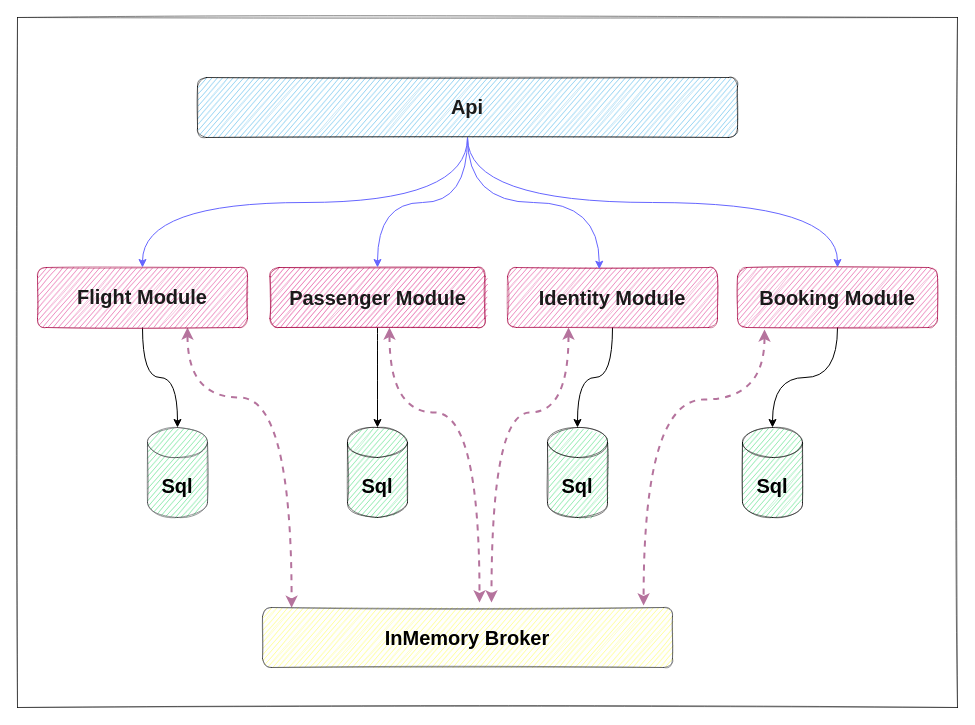
Earlier version of the draw.io diagram assets/modular-monolith-diagram.drawio (meysamhadeli/booking-modular-monolith). Source tidied: cells renumbered, new cells numbered last; positions are measured from the earlier drawing's top-left corner, leaving out a move shared by most shapes. Both pictures are drawn from the tidied source at 100%, with x=0, y=0 at pixel (17, 17).
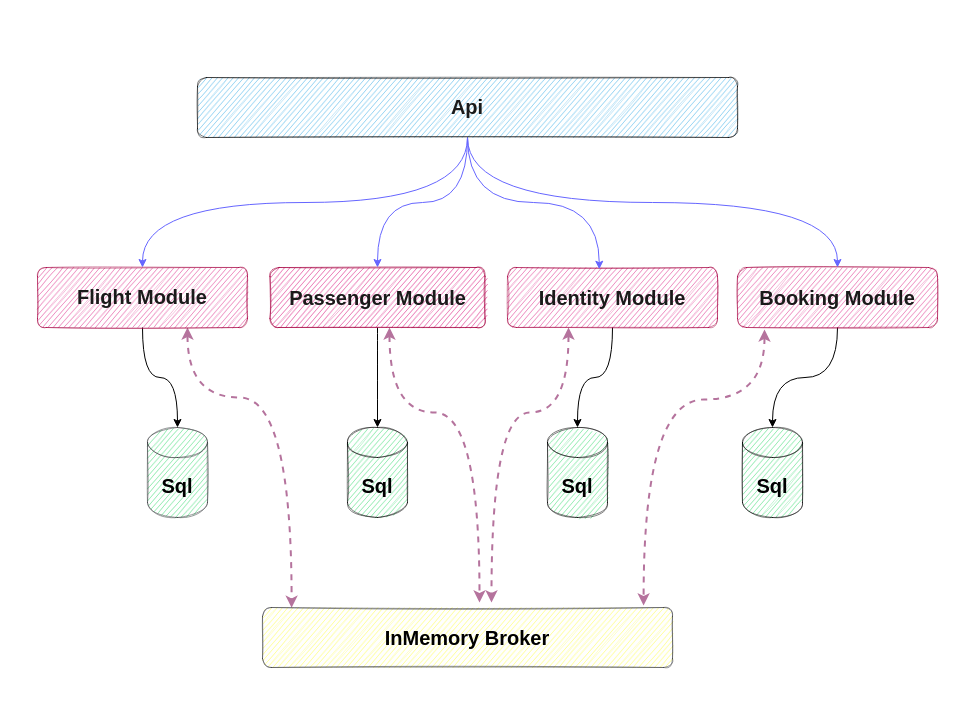
The same page after the edit.

Diff of the diagram source:
```diff
@@
-    <mxCell id="2" style="rounded=0;whiteSpace=wrap;html=1;shadow=0;glass=0;labelBackgroundColor=none;sketch=1;fillStyle=auto;fontSize=20;opacity=50;" parent="1" vertex="1">
+    <mxCell id="2" style="rounded=0;whiteSpace=wrap;html=1;shadow=0;glass=0;labelBackgroundColor=none;sketch=1;fillStyle=auto;fontSize=20;opacity=50;strokeColor=none;" parent="1" vertex="1">
       <mxGeometry width="940" height="690" as="geometry" />
     </mxCell>
```
